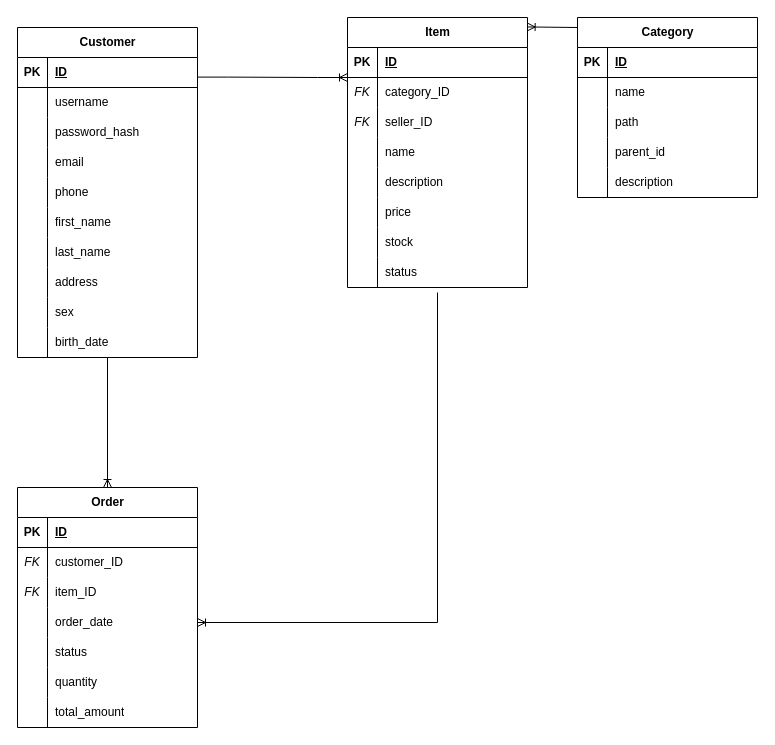
AgusArdizzone/ML-Challenge-SQL keeps this draw.io diagram as Diagrama ecommerce.drawio. Above is the earlier version. Source tidied: cells renumbered, new cells numbered last; positions are measured from the earlier drawing's top-left corner, leaving out a move shared by most shapes. Both pictures are drawn from the tidied source at 100%, with x=0, y=0 at pixel (17, 17).
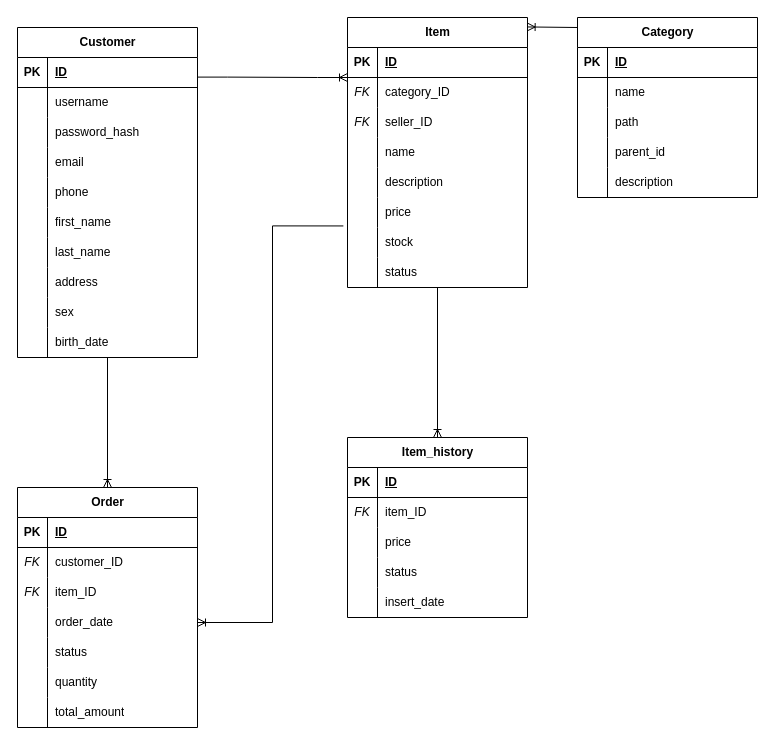
Above is the later version.

Commit message:
se agrega ITEM_HISTORY al DER

Unchanged cells that the change refers to:
```xml
<mxCell id="52" style="shape=tableRow;horizontal=0;startSize=0;swimlaneHead=0;swimlaneBody=0;fillColor=none;points=[[0,0.5],[1,0.5]];portConstraint=eastwest;top=0;left=0;right=0;bottom=0;" parent="33" vertex="1">
  <mxGeometry y="210" width="180" height="30" as="geometry" />
</mxCell>
<mxCell id="55" style="shape=tableRow;horizontal=0;startSize=0;swimlaneHead=0;swimlaneBody=0;fillColor=none;points=[[0,0.5],[1,0.5]];portConstraint=eastwest;top=0;left=0;right=0;bottom=0;" parent="33" vertex="1">
  <mxGeometry y="240" width="180" height="30" as="geometry" />
</mxCell>
<mxCell id="84" style="shape=tableRow;horizontal=0;startSize=0;swimlaneHead=0;swimlaneBody=0;fillColor=none;points=[[0,0.5],[1,0.5]];portConstraint=eastwest;top=0;left=0;right=0;bottom=0;" parent="74" vertex="1">
  <mxGeometry y="120" width="180" height="30" as="geometry" />
</mxCell>
```

What changed in the source:
```diff
@@
-    <mxCell id="99" style="edgeStyle=orthogonalEdgeStyle;fontSize=12;html=1;endArrow=ERoneToMany;rounded=0;exitX=0.5;exitY=1.167;exitDx=0;exitDy=0;exitPerimeter=0;entryX=1;entryY=0.5;entryDx=0;entryDy=0;" parent="1" edge="1" source="55" target="84">
-      <mxGeometry relative="1" as="geometry">
-        <Array as="points">
-          <mxPoint x="420" y="605" />
-        </Array>
-      </mxGeometry>
+    <mxCell id="99" style="edgeStyle=orthogonalEdgeStyle;fontSize=12;html=1;endArrow=ERoneToMany;rounded=0;exitX=-0.023;exitY=-0.052;exitDx=0;exitDy=0;exitPerimeter=0;entryX=1;entryY=0.5;entryDx=0;entryDy=0;" parent="1" edge="1" source="52" target="84">
+      <mxGeometry relative="1" as="geometry" />
     </mxCell>
+    <mxCell id="100" value="Item_history" style="shape=table;startSize=30;childLayout=tableLayout;rowLines=0;fontStyle=1;align=center;html=1;" parent="1" vertex="1">
+      <mxGeometry x="330" y="420" width="180" height="180" as="geometry" />
+    </mxCell>
+    <mxCell id="101" style="shape=tableRow;horizontal=0;startSize=0;swimlaneHead=0;swimlaneBody=0;fillColor=none;top=0;left=0;right=0;bottom=1;" parent="100" vertex="1">
+      <mxGeometry y="30" width="180" height="30" as="geometry" />
+    </mxCell>
+    <mxCell id="102" value="PK" style="shape=partialRectangle;fillColor=none;top=0;left=0;bottom=0;right=0;fontStyle=1;overflow=hidden;whiteSpace=wrap;html=1;" parent="101" vertex="1">
+      <mxGeometry width="30" height="30" as="geometry" />
+    </mxCell>
+    <mxCell id="103" value="ID" style="shape=partialRectangle;fillColor=none;top=0;left=0;bottom=0;right=0;align=left;spacingLeft=6;fontStyle=5;overflow=hidden;whiteSpace=wrap;html=1;" parent="101" vertex="1">
+      <mxGeometry x="30" width="150" height="30" as="geometry" />
+    </mxCell>
+    <mxCell id="104" style="shape=tableRow;horizontal=0;startSize=0;swimlaneHead=0;swimlaneBody=0;fillColor=none;top=0;left=0;right=0;bottom=0;" parent="100" vertex="1">
+      <mxGeometry y="60" width="180" height="30" as="geometry" />
+    </mxCell>
+    <mxCell id="105" value="&lt;i&gt;FK&lt;/i&gt;" style="shape=partialRectangle;fillColor=none;top=0;left=0;bottom=0;right=0;overflow=hidden;whiteSpace=wrap;html=1;" parent="104" vertex="1">
+      <mxGeometry width="30" height="30" as="geometry" />
+    </mxCell>
+    <mxCell id="106" value="item_ID" style="shape=partialRectangle;fillColor=none;top=0;left=0;bottom=0;right=0;align=left;spacingLeft=6;overflow=hidden;whiteSpace=wrap;html=1;" parent="104" vertex="1">
+      <mxGeometry x="30" width="150" height="30" as="geometry" />
+    </mxCell>
+    <mxCell id="107" style="shape=tableRow;horizontal=0;startSize=0;swimlaneHead=0;swimlaneBody=0;fillColor=none;top=0;left=0;right=0;bottom=0;" parent="100" vertex="1">
+      <mxGeometry y="90" width="180" height="30" as="geometry" />
+    </mxCell>
+    <mxCell id="108" style="shape=partialRectangle;fillColor=none;top=0;left=0;bottom=0;right=0;overflow=hidden;whiteSpace=wrap;html=1;" parent="107" vertex="1">
+      <mxGeometry width="30" height="30" as="geometry" />
+    </mxCell>
+    <mxCell id="109" value="price" style="shape=partialRectangle;fillColor=none;top=0;left=0;bottom=0;right=0;align=left;spacingLeft=6;overflow=hidden;whiteSpace=wrap;html=1;" parent="107" vertex="1">
+      <mxGeometry x="30" width="150" height="30" as="geometry" />
+    </mxCell>
+    <mxCell id="110" style="shape=tableRow;horizontal=0;startSize=0;swimlaneHead=0;swimlaneBody=0;fillColor=none;top=0;left=0;right=0;bottom=0;" parent="100" vertex="1">
+      <mxGeometry y="120" width="180" height="30" as="geometry" />
+    </mxCell>
+    <mxCell id="111" style="shape=partialRectangle;fillColor=none;top=0;left=0;bottom=0;right=0;overflow=hidden;whiteSpace=wrap;html=1;" parent="110" vertex="1">
+      <mxGeometry width="30" height="30" as="geometry" />
+    </mxCell>
+    <mxCell id="112" value="status" style="shape=partialRectangle;fillColor=none;top=0;left=0;bottom=0;right=0;align=left;spacingLeft=6;overflow=hidden;whiteSpace=wrap;html=1;" parent="110" vertex="1">
+      <mxGeometry x="30" width="150" height="30" as="geometry" />
+    </mxCell>
+    <mxCell id="113" style="shape=tableRow;horizontal=0;startSize=0;swimlaneHead=0;swimlaneBody=0;fillColor=none;top=0;left=0;right=0;bottom=0;" parent="100" vertex="1">
+      <mxGeometry y="150" width="180" height="30" as="geometry" />
+    </mxCell>
+    <mxCell id="114" style="shape=partialRectangle;fillColor=none;top=0;left=0;bottom=0;right=0;overflow=hidden;whiteSpace=wrap;html=1;" parent="113" vertex="1">
+      <mxGeometry width="30" height="30" as="geometry" />
+    </mxCell>
+    <mxCell id="115" value="insert_date" style="shape=partialRectangle;fillColor=none;top=0;left=0;bottom=0;right=0;align=left;spacingLeft=6;overflow=hidden;whiteSpace=wrap;html=1;" parent="113" vertex="1">
+      <mxGeometry x="30" width="150" height="30" as="geometry" />
+    </mxCell>
+    <mxCell id="116" style="fontSize=12;html=1;endArrow=ERoneToMany;rounded=0;entryX=0.5;entryY=0;entryDx=0;entryDy=0;" parent="1" edge="1" source="55" target="100">
+      <mxGeometry relative="1" as="geometry" />
+    </mxCell>
```
